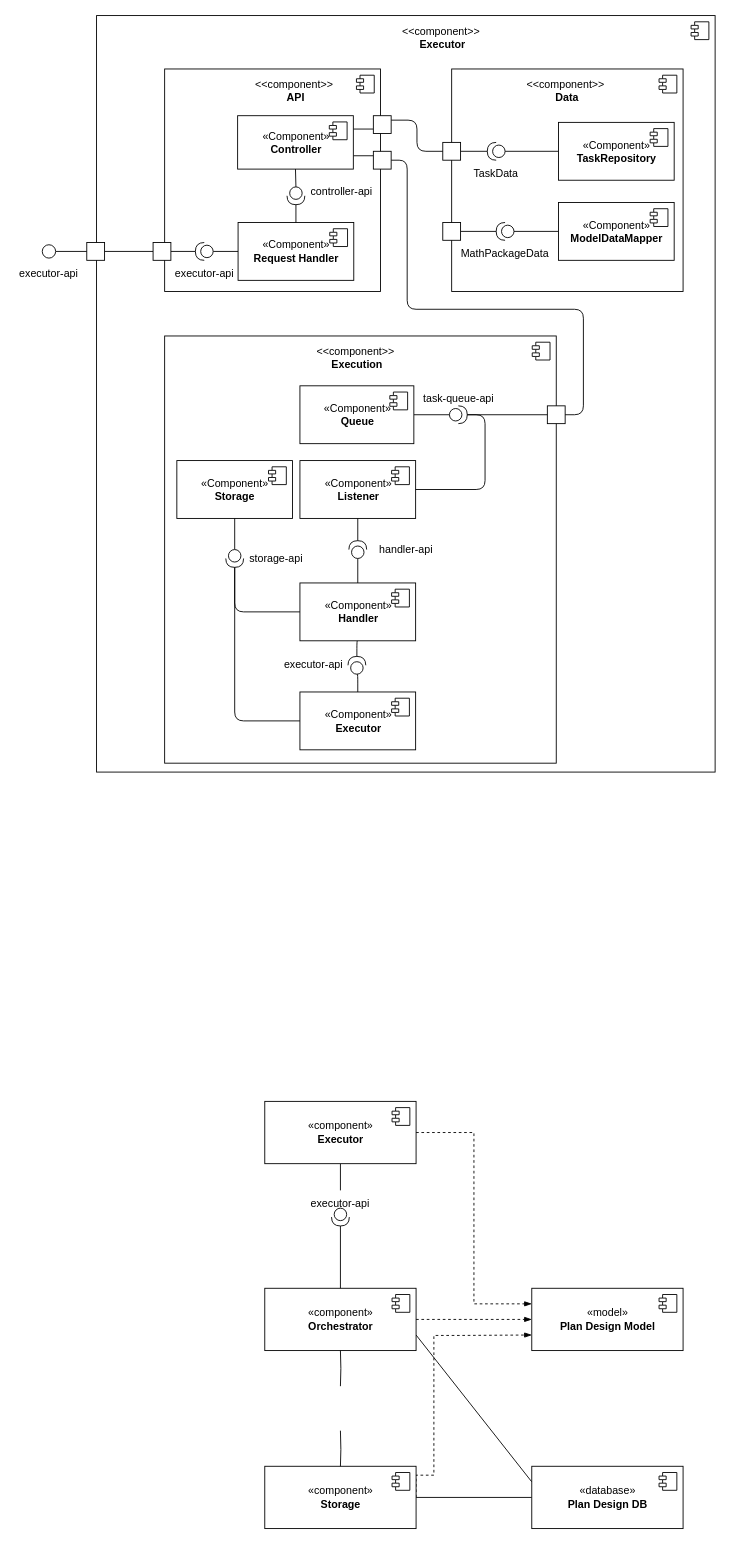
The draw.io diagram master/sources/diploma/architecture/diagrams/executor/component.drawio in stalker-fc/diploma, before the edit. Source tidied: cells renumbered, new cells numbered last; positions are measured from the earlier drawing's top-left corner, leaving out a move shared by most shapes. Both pictures are drawn from the tidied source at 89%, with x=0, y=0 at pixel (15, 15).
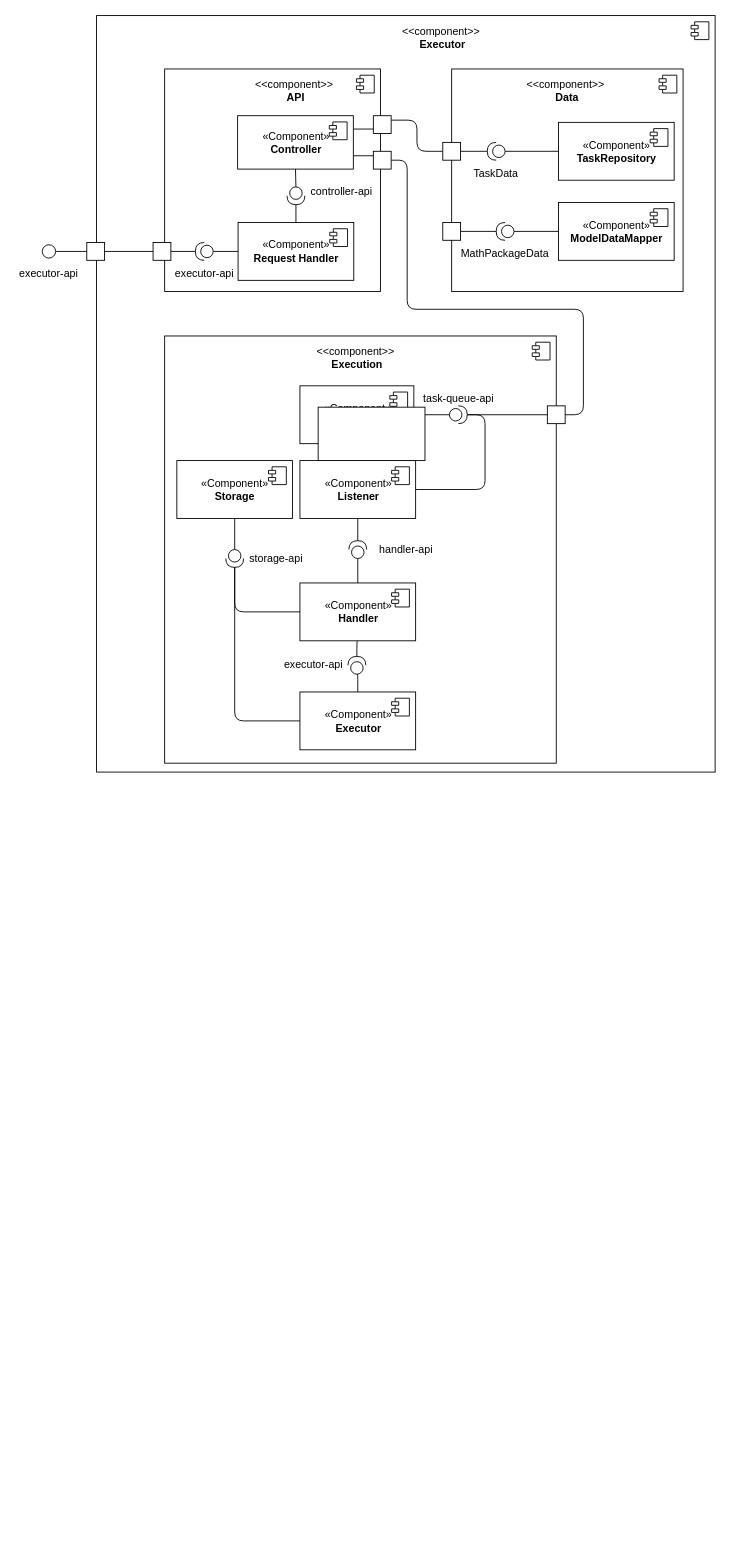
The same diagram, later.

Commit message:
add executor component diagram

Change to the diagram source:
```diff
@@
-    <mxCell id="4" style="edgeStyle=orthogonalEdgeStyle;rounded=0;jettySize=auto;html=1;exitX=1;exitY=0.5;exitDx=0;exitDy=0;entryX=0;entryY=0.75;entryDx=0;entryDy=0;endArrow=blockThin;endFill=1;dashed=1;" parent="1" edge="1" source="6" target="18">
-      <mxGeometry relative="1" as="geometry">
-        <Array as="points">
-          <mxPoint x="450" y="1640" />
-          <mxPoint x="470" y="1640" />
-          <mxPoint x="470" y="1483" />
-          <mxPoint x="500" y="1483" />
-        </Array>
-      </mxGeometry>
-    </mxCell>
-    <mxCell id="5" style="edgeStyle=orthogonalEdgeStyle;rounded=0;jettySize=auto;html=1;exitX=1;exitY=0.5;exitDx=0;exitDy=0;entryX=0;entryY=0.5;entryDx=0;entryDy=0;endArrow=none;endFill=0;" parent="1" edge="1" source="6" target="16">
-      <mxGeometry relative="1" as="geometry" />
-    </mxCell>
-    <mxCell id="6" value="«component»&lt;br&gt;&lt;b&gt;Storage&lt;/b&gt;" style="html=1;" parent="1" vertex="1">
-      <mxGeometry x="280" y="1630" width="170" height="70" as="geometry" />
-    </mxCell>
-    <mxCell id="7" style="shape=module;jettyWidth=8;jettyHeight=4;" parent="6" vertex="1">
-      <mxGeometry x="1" width="20" height="20" relative="1" as="geometry">
-        <mxPoint x="-27" y="7" as="offset" />
-      </mxGeometry>
-    </mxCell>
-    <mxCell id="8" style="edgeStyle=orthogonalEdgeStyle;rounded=0;jettySize=auto;html=1;exitX=0.5;exitY=1;exitDx=0;exitDy=0;entryX=0.5;entryY=0;entryDx=0;entryDy=0;endArrow=none;endFill=0;" parent="1" edge="1" source="10" target="22">
-      <mxGeometry relative="1" as="geometry" />
-    </mxCell>
-    <mxCell id="9" style="edgeStyle=orthogonalEdgeStyle;rounded=0;jettySize=auto;html=1;exitX=1;exitY=0.5;exitDx=0;exitDy=0;entryX=0;entryY=0.25;entryDx=0;entryDy=0;endArrow=blockThin;endFill=1;dashed=1;" parent="1" edge="1" source="10" target="18">
-      <mxGeometry relative="1" as="geometry" />
-    </mxCell>
-    <mxCell id="10" value="«component»&lt;br&gt;&lt;b&gt;Executor&lt;/b&gt;" style="html=1;" parent="1" vertex="1">
-      <mxGeometry x="280" y="1220" width="170" height="70" as="geometry" />
-    </mxCell>
-    <mxCell id="11" style="shape=module;jettyWidth=8;jettyHeight=4;" parent="10" vertex="1">
-      <mxGeometry x="1" width="20" height="20" relative="1" as="geometry">
-        <mxPoint x="-27" y="7" as="offset" />
-      </mxGeometry>
-    </mxCell>
-    <mxCell id="12" style="edgeStyle=orthogonalEdgeStyle;rounded=0;jettySize=auto;html=1;exitX=1;exitY=0.5;exitDx=0;exitDy=0;entryX=0;entryY=0.5;entryDx=0;entryDy=0;endArrow=blockThin;endFill=1;dashed=1;" parent="1" edge="1" source="14" target="18">
-      <mxGeometry relative="1" as="geometry" />
-    </mxCell>
-    <mxCell id="13" style="rounded=0;jettySize=auto;html=1;exitX=1;exitY=0.75;exitDx=0;exitDy=0;entryX=0;entryY=0.25;entryDx=0;entryDy=0;endArrow=none;endFill=0;" parent="1" edge="1" source="14" target="16">
-      <mxGeometry relative="1" as="geometry" />
-    </mxCell>
-    <mxCell id="14" value="«component»&lt;br&gt;&lt;b&gt;Orchestrator&lt;/b&gt;" style="html=1;" parent="1" vertex="1">
-      <mxGeometry x="280" y="1430" width="170" height="70" as="geometry" />
-    </mxCell>
-    <mxCell id="15" style="shape=module;jettyWidth=8;jettyHeight=4;" parent="14" vertex="1">
-      <mxGeometry x="1" width="20" height="20" relative="1" as="geometry">
-        <mxPoint x="-27" y="7" as="offset" />
-      </mxGeometry>
-    </mxCell>
-    <mxCell id="16" value="«database»&lt;br&gt;&lt;b&gt;Plan Design DB&lt;/b&gt;" style="html=1;" parent="1" vertex="1">
-      <mxGeometry x="580" y="1630" width="170" height="70" as="geometry" />
-    </mxCell>
-    <mxCell id="17" style="shape=module;jettyWidth=8;jettyHeight=4;" parent="16" vertex="1">
-      <mxGeometry x="1" width="20" height="20" relative="1" as="geometry">
-        <mxPoint x="-27" y="7" as="offset" />
-      </mxGeometry>
-    </mxCell>
-    <mxCell id="18" value="«model»&lt;br&gt;&lt;b&gt;Plan Design Model&lt;/b&gt;" style="html=1;" parent="1" vertex="1">
-      <mxGeometry x="580" y="1430" width="170" height="70" as="geometry" />
-    </mxCell>
-    <mxCell id="19" style="shape=module;jettyWidth=8;jettyHeight=4;" parent="18" vertex="1">
-      <mxGeometry x="1" width="20" height="20" relative="1" as="geometry">
-        <mxPoint x="-27" y="7" as="offset" />
-      </mxGeometry>
-    </mxCell>
-    <mxCell id="20" style="edgeStyle=orthogonalEdgeStyle;rounded=0;jettySize=auto;html=1;exitX=1;exitY=0.5;exitDx=0;exitDy=0;exitPerimeter=0;endArrow=none;endFill=0;" parent="1" edge="1" source="21" target="14">
-      <mxGeometry relative="1" as="geometry" />
-    </mxCell>
-    <mxCell id="21" style="shape=providedRequiredInterface;html=1;verticalLabelPosition=bottom;sketch=0;rotation=90;" parent="1" vertex="1">
-      <mxGeometry x="355" y="1340" width="20" height="20" as="geometry" />
-    </mxCell>
-    <mxCell id="22" value="executor-api" style="text;html=1;strokeColor=none;fillColor=none;align=center;verticalAlign=middle;whiteSpace=wrap;rounded=0;" parent="1" vertex="1">
-      <mxGeometry x="315" y="1320" width="100" height="30" as="geometry" />
-    </mxCell>
-    <mxCell id="23" style="edgeStyle=orthogonalEdgeStyle;rounded=0;jettySize=auto;html=1;exitX=1;exitY=0.5;exitDx=0;exitDy=0;exitPerimeter=0;entryX=0.5;entryY=1;entryDx=0;entryDy=0;endArrow=none;endFill=0;" parent="1" edge="1" target="14">
-      <mxGeometry relative="1" as="geometry">
-        <mxPoint x="365" y="1540" as="sourcePoint" />
-      </mxGeometry>
-    </mxCell>
-    <mxCell id="24" style="edgeStyle=orthogonalEdgeStyle;rounded=0;jettySize=auto;html=1;exitX=0.5;exitY=1;exitDx=0;exitDy=0;endArrow=none;endFill=0;" parent="1" edge="1" target="6">
-      <mxGeometry relative="1" as="geometry">
-        <mxPoint x="365" y="1590" as="sourcePoint" />
-      </mxGeometry>
-    </mxCell>
@@
+    <mxCell id="102" style="whiteSpace=wrap;html=1;" parent="1" vertex="1">
+      <mxGeometry x="340" y="440" width="120" height="60" as="geometry" />
+    </mxCell>
```
